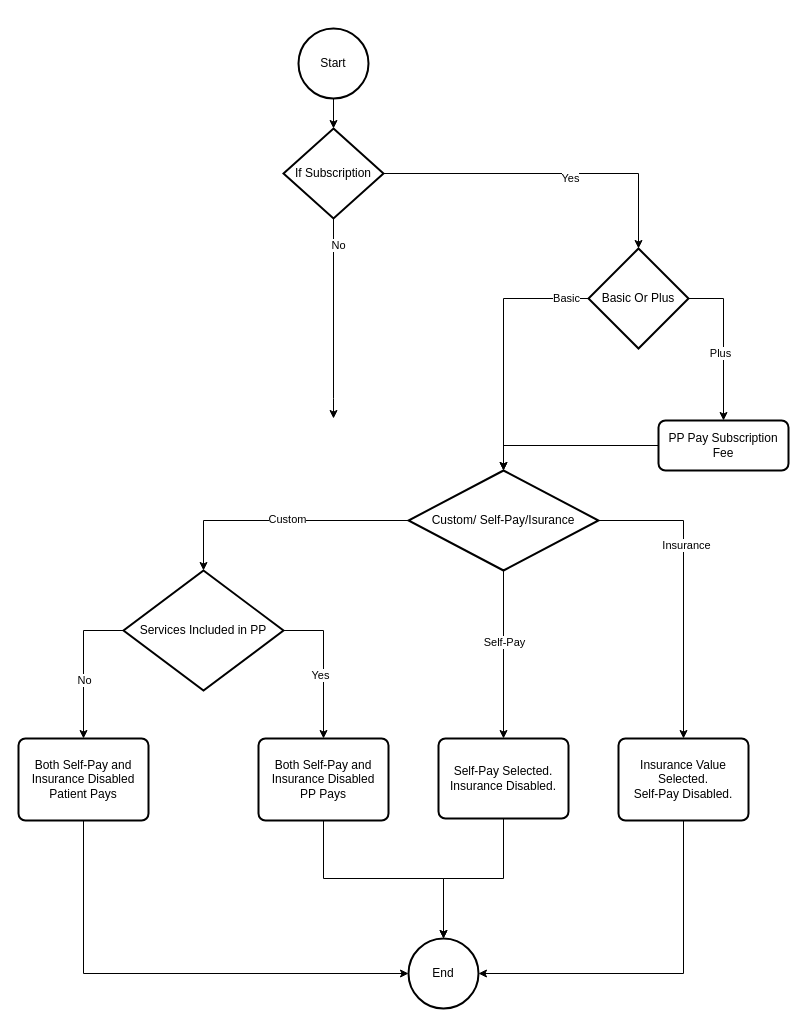
Before: PreferedPartnerCharge.drawio in fkbhatti/EHR_Diagrams, a draw.io diagram. Source tidied: cells renumbered, new cells numbered last; positions are measured from the earlier drawing's top-left corner, leaving out a move shared by most shapes. Both pictures are drawn from the tidied source at 100%, with x=0, y=0 at pixel (18, 28).
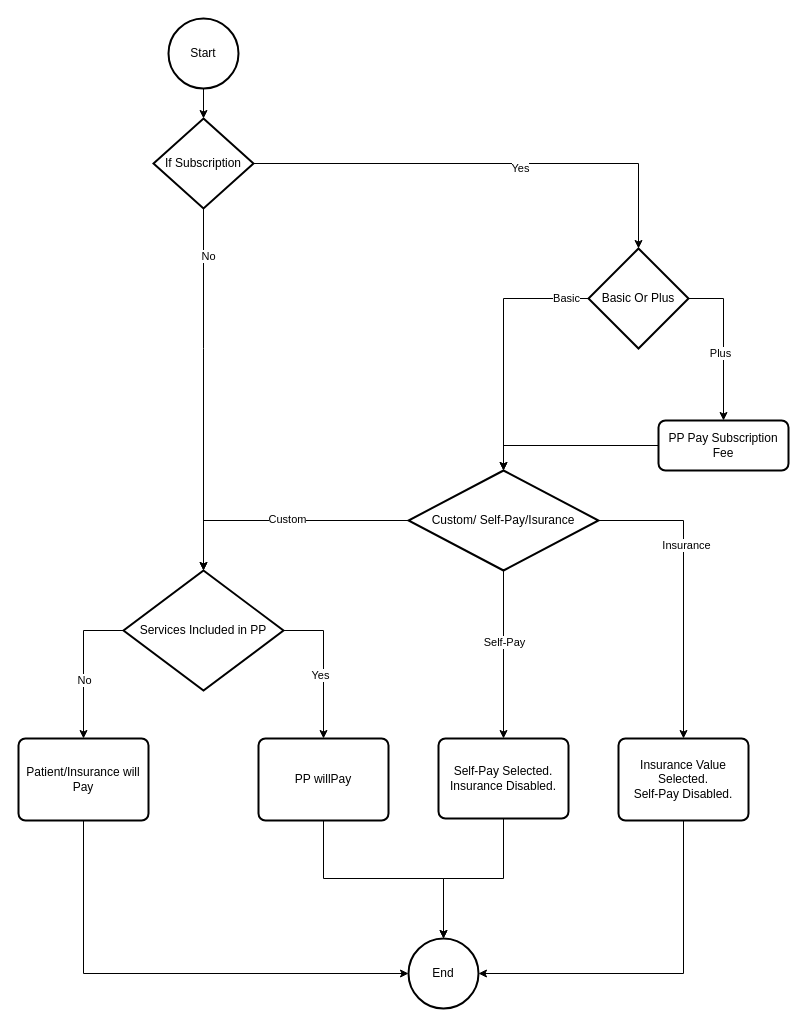
The same diagram, later.

Unchanged cells that the change refers to:
```xml
<mxCell id="19" value="Services Included in PP" style="strokeWidth=2;html=1;shape=mxgraph.flowchart.decision;whiteSpace=wrap;" parent="1" vertex="1">
  <mxGeometry x="105" y="542" width="160" height="120" as="geometry" />
</mxCell>
```

The edit, as a diff of the source:
```diff
@@
     <mxCell id="3" value="Start" style="strokeWidth=2;html=1;shape=mxgraph.flowchart.start_2;whiteSpace=wrap;" parent="1" vertex="1">
-      <mxGeometry x="280" width="70" height="70" as="geometry" />
+      <mxGeometry x="150" y="-10" width="70" height="70" as="geometry" />
     </mxCell>
-    <mxCell id="4" style="edgeStyle=orthogonalEdgeStyle;rounded=0;jettySize=auto;html=1;exitX=0.5;exitY=1;exitDx=0;exitDy=0;exitPerimeter=0;" parent="1" edge="1" source="10">
+    <mxCell id="4" style="edgeStyle=orthogonalEdgeStyle;rounded=0;jettySize=auto;html=1;exitX=0.5;exitY=1;exitDx=0;exitDy=0;exitPerimeter=0;entryX=0.5;entryY=0;entryDx=0;entryDy=0;entryPerimeter=0;" parent="1" edge="1" source="10" target="19">
       <mxGeometry relative="1" as="geometry">
-        <mxPoint x="315" y="390" as="targetPoint" />
         <Array as="points">
-          <mxPoint x="315" y="370" />
+          <mxPoint x="185" y="320" />
+          <mxPoint x="185" y="320" />
         </Array>
       </mxGeometry>
     </mxCell>
@@
     <mxCell id="10" value="If Subscription" style="strokeWidth=2;html=1;shape=mxgraph.flowchart.decision;whiteSpace=wrap;" parent="1" vertex="1">
-      <mxGeometry x="265" y="100" width="100" height="90" as="geometry" />
+      <mxGeometry x="135" y="90" width="100" height="90" as="geometry" />
     </mxCell>
@@
-    <mxCell id="26" value="Both Self-Pay and Insurance Disabled&lt;br&gt;PP Pays" style="rounded=1;whiteSpace=wrap;html=1;absoluteArcSize=1;arcSize=14;strokeWidth=2;" parent="1" vertex="1">
+    <mxCell id="26" value="PP willPay" style="rounded=1;whiteSpace=wrap;html=1;absoluteArcSize=1;arcSize=14;strokeWidth=2;" parent="1" vertex="1">
       <mxGeometry x="240" y="710" width="130" height="82" as="geometry" />
     </mxCell>
-    <mxCell id="27" value="Both Self-Pay and Insurance Disabled&lt;br&gt;Patient Pays" style="rounded=1;whiteSpace=wrap;html=1;absoluteArcSize=1;arcSize=14;strokeWidth=2;" parent="1" vertex="1">
+    <mxCell id="27" value="Patient/Insurance will Pay" style="rounded=1;whiteSpace=wrap;html=1;absoluteArcSize=1;arcSize=14;strokeWidth=2;" parent="1" vertex="1">
       <mxGeometry y="710" width="130" height="82" as="geometry" />
     </mxCell>
```
